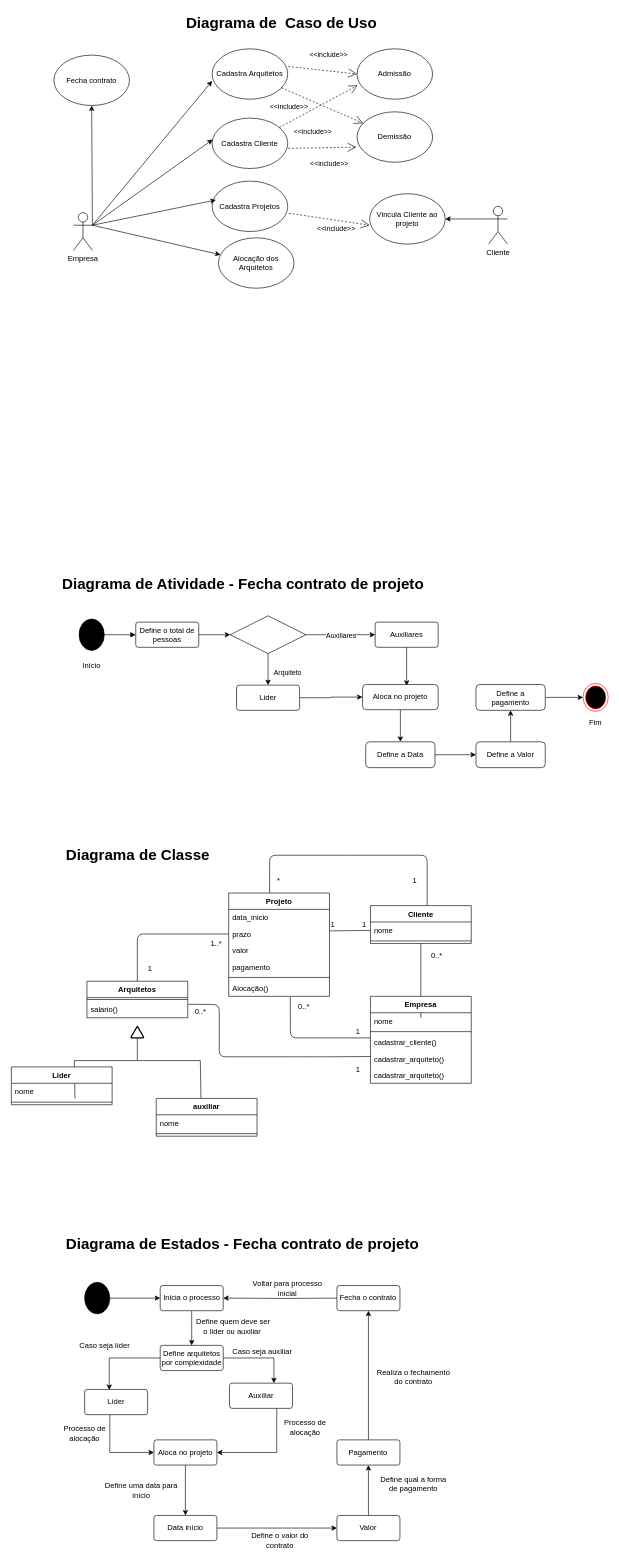
Earlier version of the draw.io diagram Untitled Diagram.drawio (EdneiFNeto/UML). Source tidied: cells renumbered, new cells numbered last; positions are measured from the earlier drawing's top-left corner, leaving out a move shared by most shapes. Both pictures are drawn from the tidied source at 63%, with x=0, y=0 at pixel (11, 11).
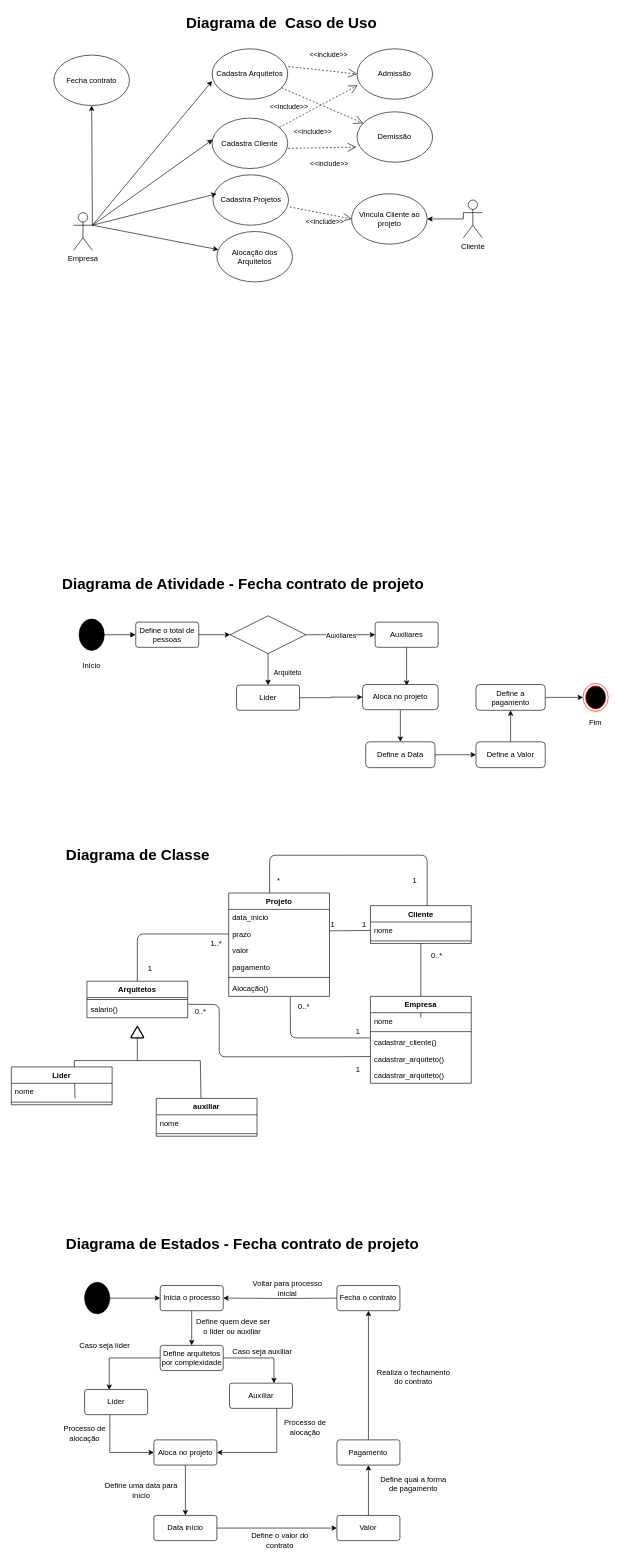
After the change.

Diff of the diagram source:
```diff
@@
     <mxCell id="6" value="Cadastra Projetos" style="ellipse;whiteSpace=wrap;html=1;" parent="1" vertex="1">
-      <mxGeometry x="319.2" y="270" width="120" height="80" as="geometry" />
+      <mxGeometry x="320.5" y="260" width="120" height="80" as="geometry" />
     </mxCell>
@@
     <mxCell id="11" value="Alocação dos Arquitetos" style="ellipse;whiteSpace=wrap;html=1;" parent="1" vertex="1">
-      <mxGeometry x="329.2" y="360" width="120" height="80" as="geometry" />
+      <mxGeometry x="326.8" y="350" width="120" height="80" as="geometry" />
     </mxCell>
@@
     <mxCell id="13" value="Vincula Cliente ao projeto" style="ellipse;whiteSpace=wrap;html=1;" parent="1" vertex="1">
-      <mxGeometry x="569.2" y="290" width="120" height="80" as="geometry" />
+      <mxGeometry x="540.5" y="290" width="120" height="80" as="geometry" />
     </mxCell>
-    <mxCell id="14" value="&amp;lt;&amp;lt;include&amp;gt;&amp;gt;" style="endArrow=open;endSize=12;dashed=1;html=1;exitX=1.017;exitY=0.638;exitDx=0;exitDy=0;exitPerimeter=0;" parent="1" edge="1" source="6">
-      <mxGeometry x="0.19" y="-13" relative="1" as="geometry">
-        <mxPoint x="569.2" y="340" as="targetPoint" />
-      </mxGeometry>
+    <mxCell id="14" value="&amp;lt;&amp;lt;include&amp;gt;&amp;gt;" style="endArrow=open;endSize=12;dashed=1;html=1;exitX=1.017;exitY=0.638;exitDx=0;exitDy=0;exitPerimeter=0;entryX=0;entryY=0.5;entryDx=0;entryDy=0;" parent="1" edge="1" source="6" target="13">
+      <mxGeometry x="0.19" y="-13" relative="1" as="geometry" />
     </mxCell>
@@
-    <mxCell id="128" style="edgeStyle=orthogonalEdgeStyle;rounded=0;jettySize=auto;html=1;" parent="1" edge="1" source="129" target="13">
+    <mxCell id="128" style="edgeStyle=orthogonalEdgeStyle;rounded=0;jettySize=auto;html=1;exitX=0;exitY=0.3333333333333333;exitDx=0;exitDy=0;exitPerimeter=0;" parent="1" edge="1" source="129" target="13">
       <mxGeometry relative="1" as="geometry">
         <Array as="points">
-          <mxPoint x="738" y="330" />
-          <mxPoint x="738" y="330" />
+          <mxPoint x="718" y="330" />
         </Array>
       </mxGeometry>
     </mxCell>
     <mxCell id="129" value="Cliente" style="shape=umlActor;verticalLabelPosition=bottom;verticalAlign=top;html=1;outlineConnect=0;" parent="1" vertex="1">
-      <mxGeometry x="758" y="310" width="30" height="60" as="geometry" />
+      <mxGeometry x="718" y="300" width="30" height="60" as="geometry" />
     </mxCell>
```
